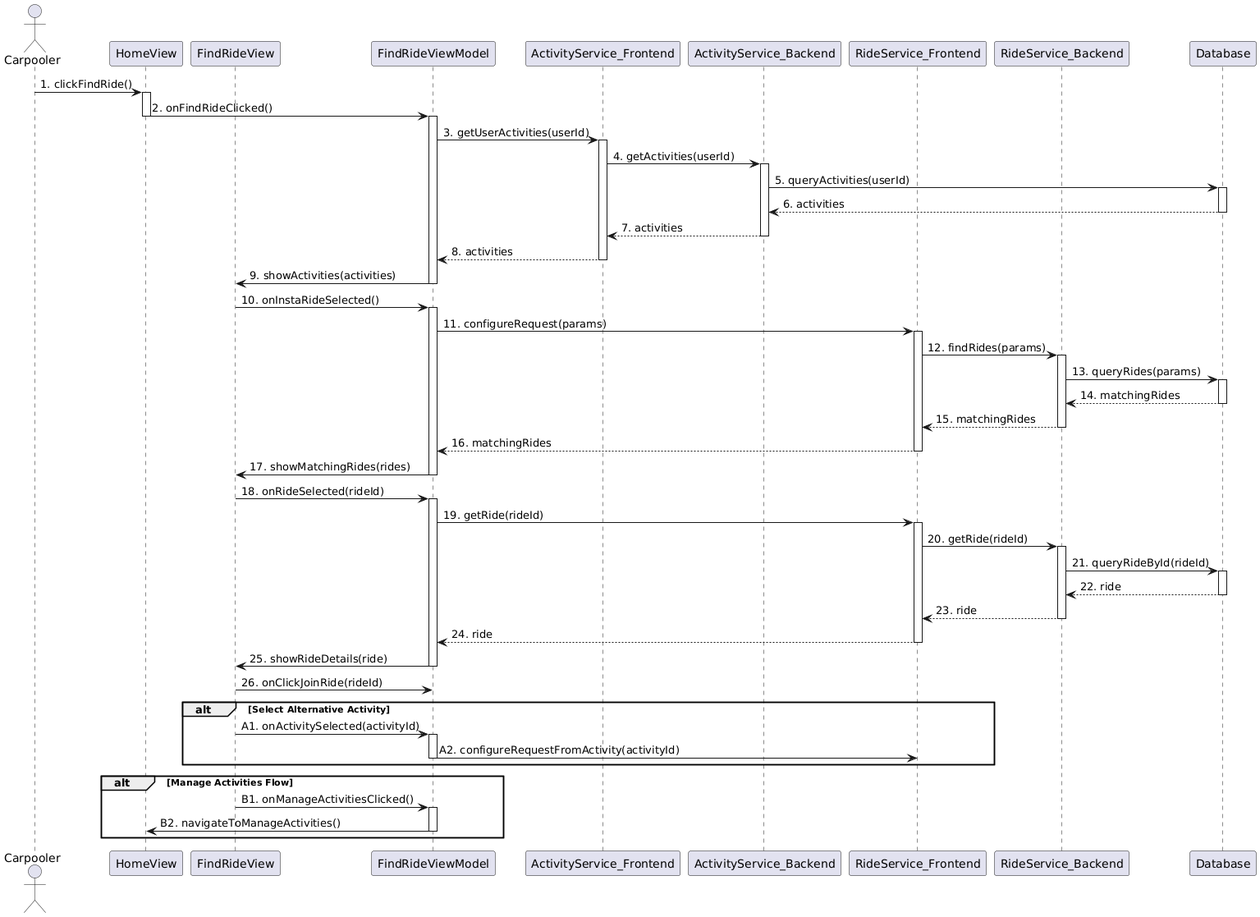
YannisRavasopoulos/ProjectSD_S6 keeps this PlantUML diagram as reports/sequence/find-ride-sequence.png. Above is the earlier version. The source it was exported from:
```plantuml
@startuml
actor Carpooler
participant "HomeView" as HomeView
participant "FindRideView" as FindRideView
participant "FindRideViewModel" as VM
participant "ActivityService_Frontend" as ActSrv_F
participant "ActivityService_Backend" as ActSrv_B
participant "RideService_Frontend" as RideSrv_F
participant "RideService_Backend" as RideSrv_B
participant "Database" as DB

Carpooler -> HomeView: 1. clickFindRide()
activate HomeView
HomeView -> VM: 2. onFindRideClicked()
deactivate HomeView
activate VM

box "Main Course of Events"
  VM -> ActSrv_F: 3. getUserActivities(userId)
  activate ActSrv_F

  ActSrv_F -> ActSrv_B: 4. getActivities(userId)
  activate ActSrv_B
  ActSrv_B -> DB: 5. queryActivities(userId)
  activate DB
  DB --> ActSrv_B: 6. activities
  deactivate DB
  ActSrv_B --> ActSrv_F: 7. activities
  deactivate ActSrv_B

  ActSrv_F --> VM: 8. activities
  deactivate ActSrv_F

  VM -> FindRideView: 9. showActivities(activities)
  deactivate VM
end box

box "Main Course (Insta‑Ride Selection → Show Matches)"
  FindRideView -> VM: 10. onInstaRideSelected()
  activate VM

  VM -> RideSrv_F: 11. configureRequest(params)
  activate RideSrv_F

  RideSrv_F -> RideSrv_B: 12. findRides(params)
  activate RideSrv_B
  RideSrv_B -> DB: 13. queryRides(params)
  activate DB
  DB --> RideSrv_B: 14. matchingRides
  deactivate DB
  RideSrv_B --> RideSrv_F: 15. matchingRides
  deactivate RideSrv_B

  RideSrv_F --> VM: 16. matchingRides
  deactivate RideSrv_F

  VM -> FindRideView: 17. showMatchingRides(rides)
  deactivate VM
end box

FindRideView -> VM: 18. onRideSelected(rideId)
activate VM
VM -> RideSrv_F: 19. getRide(rideId)
activate RideSrv_F

RideSrv_F -> RideSrv_B: 20. getRide(rideId)
activate RideSrv_B
RideSrv_B -> DB: 21. queryRideById(rideId)
activate DB
DB --> RideSrv_B: 22. ride
deactivate DB
RideSrv_B --> RideSrv_F: 23. ride
deactivate RideSrv_B

RideSrv_F --> VM: 24. ride
deactivate RideSrv_F
VM -> FindRideView: 25. showRideDetails(ride)
deactivate VM

FindRideView -> VM: 26. onClickJoinRide(rideId)

alt Select Alternative Activity
  box "Alternative: Choose Activity"
    FindRideView -> VM: A1. onActivitySelected(activityId)
    activate VM
    VM -> RideSrv_F: A2. configureRequestFromActivity(activityId)
    deactivate VM
  end box
end

alt Manage Activities Flow
  box "Alternative: Manage Activities"
    FindRideView -> VM: B1. onManageActivitiesClicked()
    activate VM
    VM -> HomeView: B2. navigateToManageActivities()
    deactivate VM
  end box
end
@enduml
```
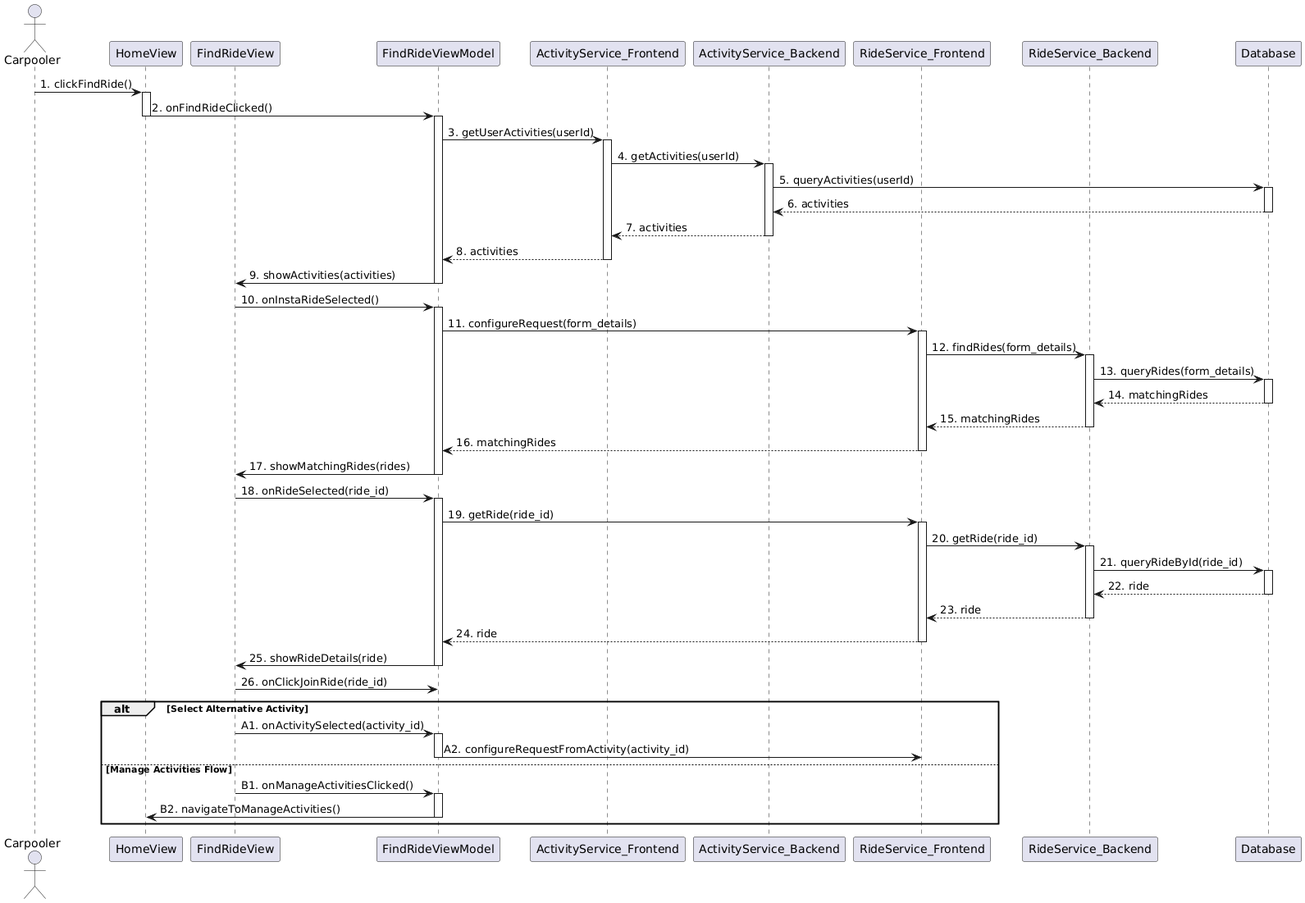
After the change.

Commit message:
Fixed details on Find-ride

Change to the diagram source:
```diff
@@ -39,12 +39,12 @@
   FindRideView -> VM: 10. onInstaRideSelected()
   activate VM
 
-  VM -> RideSrv_F: 11. configureRequest(params)
+  VM -> RideSrv_F: 11. configureRequest(form_details)
   activate RideSrv_F
 
-  RideSrv_F -> RideSrv_B: 12. findRides(params)
+  RideSrv_F -> RideSrv_B: 12. findRides(form_details)
   activate RideSrv_B
-  RideSrv_B -> DB: 13. queryRides(params)
+  RideSrv_B -> DB: 13. queryRides(form_details)
   activate DB
   DB --> RideSrv_B: 14. matchingRides
   deactivate DB
@@ -58,14 +58,14 @@
   deactivate VM
 end box
 
-FindRideView -> VM: 18. onRideSelected(rideId)
+FindRideView -> VM: 18. onRideSelected(ride_id)
 activate VM
-VM -> RideSrv_F: 19. getRide(rideId)
+VM -> RideSrv_F: 19. getRide(ride_id)
 activate RideSrv_F
 
-RideSrv_F -> RideSrv_B: 20. getRide(rideId)
+RideSrv_F -> RideSrv_B: 20. getRide(ride_id)
 activate RideSrv_B
-RideSrv_B -> DB: 21. queryRideById(rideId)
+RideSrv_B -> DB: 21. queryRideById(ride_id)
 activate DB
 DB --> RideSrv_B: 22. ride
 deactivate DB
@@ -77,18 +77,17 @@
 VM -> FindRideView: 25. showRideDetails(ride)
 deactivate VM
 
-FindRideView -> VM: 26. onClickJoinRide(rideId)
+FindRideView -> VM: 26. onClickJoinRide(ride_id)
 
 alt Select Alternative Activity
   box "Alternative: Choose Activity"
-    FindRideView -> VM: A1. onActivitySelected(activityId)
+    FindRideView -> VM: A1. onActivitySelected(activity_id)
     activate VM
-    VM -> RideSrv_F: A2. configureRequestFromActivity(activityId)
+    VM -> RideSrv_F: A2. configureRequestFromActivity(activity_id)
     deactivate VM
   end box
-end
 
-alt Manage Activities Flow
+else Manage Activities Flow
   box "Alternative: Manage Activities"
     FindRideView -> VM: B1. onManageActivitiesClicked()
     activate VM
```
